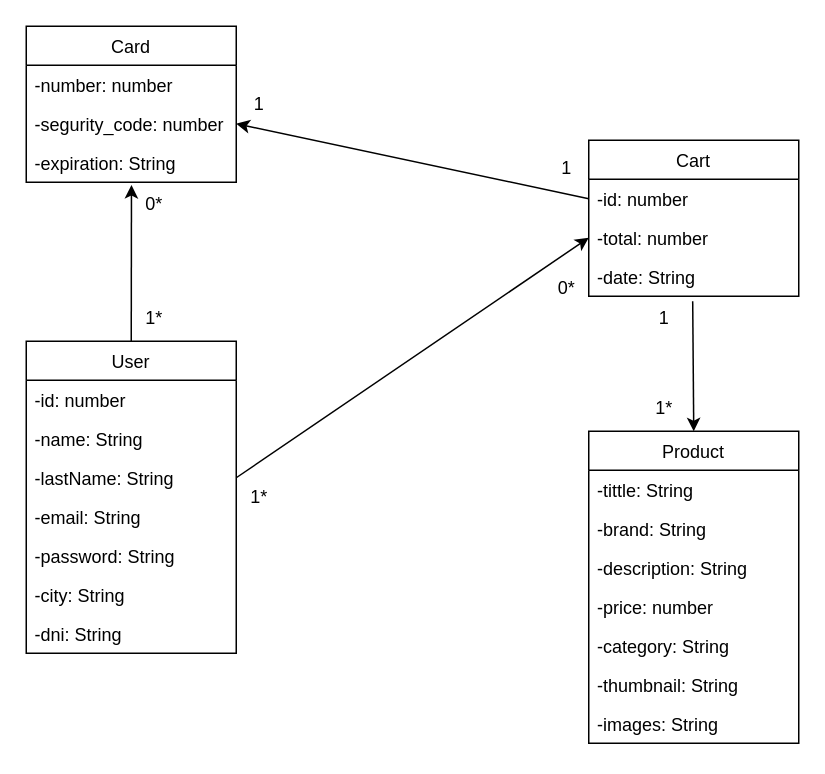
This is Modelados/ModeloConceptual.drawio from AgusLopez98/AgusLopez98.github.io, a draw.io file, before an edit. Source tidied: cells renumbered, new cells numbered last; positions are measured from the earlier drawing's top-left corner, leaving out a move shared by most shapes. Both pictures are drawn from the tidied source at 150%, with x=0, y=0 at pixel (26, 26).
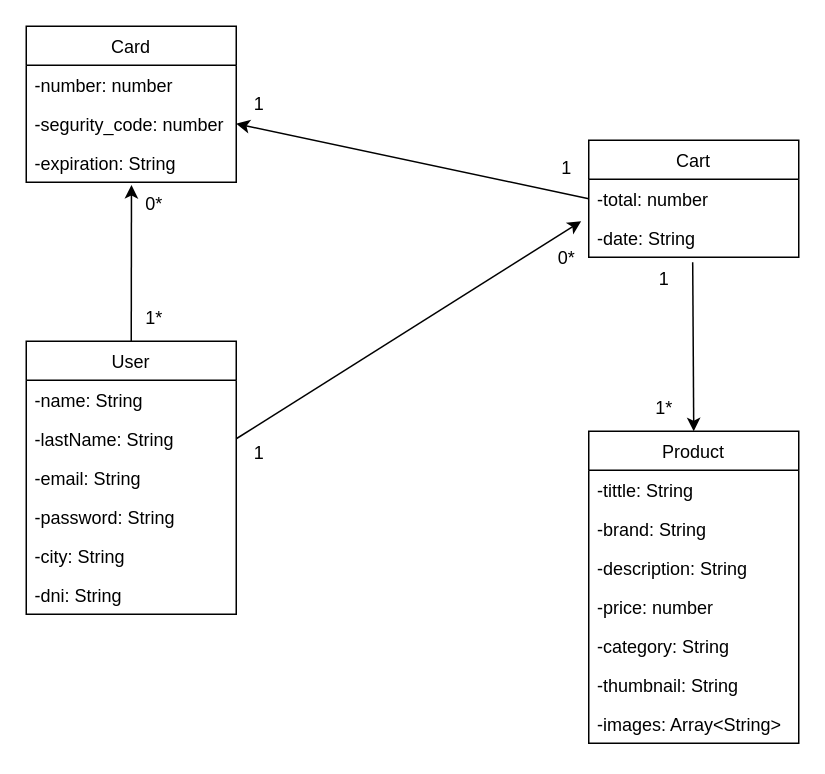
After the change.

The change refers to these unchanged cells:
```xml
<mxCell id="2" value="Product" style="swimlane;fontStyle=0;horizontal=1;startSize=26;fillColor=none;" parent="1" vertex="1">
  <mxGeometry x="375" y="270" width="140" height="208" as="geometry" />
</mxCell>
<mxCell id="12" value="-segurity_code: number" style="text;strokeColor=none;fillColor=none;align=left;verticalAlign=top;spacingLeft=4;spacingRight=4;overflow=hidden;points=[[0,0.5],[1,0.5]];portConstraint=eastwest;" parent="10" vertex="1">
  <mxGeometry y="52" width="140" height="26" as="geometry" />
</mxCell>
```

What changed in the source:
```diff
@@
-    <mxCell id="9" value="-images: String" style="text;strokeColor=none;fillColor=none;align=left;verticalAlign=top;spacingLeft=4;spacingRight=4;overflow=hidden;" parent="2" vertex="1">
+    <mxCell id="9" value="-images: Array&lt;String&gt;" style="text;strokeColor=none;fillColor=none;align=left;verticalAlign=top;spacingLeft=4;spacingRight=4;overflow=hidden;" parent="2" vertex="1">
       <mxGeometry y="182" width="140" height="26" as="geometry" />
     </mxCell>
@@
     <mxCell id="15" value="User" style="swimlane;fontStyle=0;horizontal=1;startSize=26;fillColor=none;" parent="1" vertex="1">
-      <mxGeometry y="210" width="140" height="208" as="geometry" />
+      <mxGeometry y="210" width="140" height="182" as="geometry" />
     </mxCell>
-    <mxCell id="16" value="-id: number" style="text;strokeColor=none;fillColor=none;align=left;verticalAlign=top;spacingLeft=4;spacingRight=4;overflow=hidden;" parent="15" vertex="1">
-      <mxGeometry y="26" width="140" height="26" as="geometry" />
-    </mxCell>
     <mxCell id="17" value="-name: String" style="text;strokeColor=none;fillColor=none;align=left;verticalAlign=top;spacingLeft=4;spacingRight=4;overflow=hidden;" parent="15" vertex="1">
-      <mxGeometry y="52" width="140" height="26" as="geometry" />
+      <mxGeometry y="26" width="140" height="26" as="geometry" />
     </mxCell>
     <mxCell id="18" value="-lastName: String" style="text;strokeColor=none;fillColor=none;align=left;verticalAlign=top;spacingLeft=4;spacingRight=4;overflow=hidden;points=[[0,0.5],[1,0.5]];portConstraint=eastwest;" parent="15" vertex="1">
-      <mxGeometry y="78" width="140" height="26" as="geometry" />
+      <mxGeometry y="52" width="140" height="26" as="geometry" />
     </mxCell>
     <mxCell id="19" value="-email: String" style="text;strokeColor=none;fillColor=none;align=left;verticalAlign=top;spacingLeft=4;spacingRight=4;overflow=hidden;" parent="15" vertex="1">
-      <mxGeometry y="104" width="140" height="26" as="geometry" />
+      <mxGeometry y="78" width="140" height="26" as="geometry" />
     </mxCell>
     <mxCell id="20" value="-password: String" style="text;strokeColor=none;fillColor=none;align=left;verticalAlign=top;spacingLeft=4;spacingRight=4;overflow=hidden;" parent="15" vertex="1">
-      <mxGeometry y="130" width="140" height="26" as="geometry" />
+      <mxGeometry y="104" width="140" height="26" as="geometry" />
     </mxCell>
     <mxCell id="21" value="-city: String" style="text;strokeColor=none;fillColor=none;align=left;verticalAlign=top;spacingLeft=4;spacingRight=4;overflow=hidden;" parent="15" vertex="1">
-      <mxGeometry y="156" width="140" height="26" as="geometry" />
+      <mxGeometry y="130" width="140" height="26" as="geometry" />
     </mxCell>
     <mxCell id="22" value="-dni: String" style="text;strokeColor=none;fillColor=none;align=left;verticalAlign=top;spacingLeft=4;spacingRight=4;overflow=hidden;" parent="15" vertex="1">
-      <mxGeometry y="182" width="140" height="26" as="geometry" />
+      <mxGeometry y="156" width="140" height="26" as="geometry" />
     </mxCell>
@@
-    <mxCell id="25" value="1*" style="text;html=1;align=center;verticalAlign=middle;strokeColor=none;fillColor=none;" parent="1" vertex="1">
-      <mxGeometry x="140" y="299" width="30" height="30" as="geometry" />
+    <mxCell id="25" value="1" style="text;html=1;align=center;verticalAlign=middle;strokeColor=none;fillColor=none;" parent="1" vertex="1">
+      <mxGeometry x="140" y="270" width="30" height="30" as="geometry" />
     </mxCell>
-    <mxCell id="26" style="edgeStyle=none;html=1;exitX=0;exitY=0.5;exitDx=0;exitDy=0;entryX=1;entryY=0.5;entryDx=0;entryDy=0;" parent="1" edge="1" source="28" target="12">
-      <mxGeometry relative="1" as="geometry" />
+    <mxCell id="26" style="edgeStyle=none;html=1;exitX=0;exitY=0.5;exitDx=0;exitDy=0;entryX=1;entryY=0.5;entryDx=0;entryDy=0;" parent="1" edge="1" target="12">
+      <mxGeometry relative="1" as="geometry">
+        <mxPoint x="375" y="115" as="sourcePoint" />
+      </mxGeometry>
     </mxCell>
     <mxCell id="27" value="Cart" style="swimlane;fontStyle=0;horizontal=1;startSize=26;fillColor=none;" parent="1" vertex="1">
-      <mxGeometry x="375" y="76" width="140" height="104" as="geometry" />
+      <mxGeometry x="375" y="76" width="140" height="78" as="geometry" />
     </mxCell>
-    <mxCell id="28" value="-id: number" style="text;strokeColor=none;fillColor=none;align=left;verticalAlign=top;spacingLeft=4;spacingRight=4;overflow=hidden;points=[[0,0.5],[1,0.5]];portConstraint=eastwest;" parent="27" vertex="1">
-      <mxGeometry y="26" width="140" height="26" as="geometry" />
-    </mxCell>
     <mxCell id="29" value="-total: number" style="text;strokeColor=none;fillColor=none;align=left;verticalAlign=top;spacingLeft=4;spacingRight=4;overflow=hidden;points=[[0,0.5],[1,0.5]];portConstraint=eastwest;" parent="27" vertex="1">
-      <mxGeometry y="52" width="140" height="26" as="geometry" />
+      <mxGeometry y="26" width="140" height="26" as="geometry" />
     </mxCell>
     <mxCell id="30" value="-date: String" style="text;strokeColor=none;fillColor=none;align=left;verticalAlign=top;spacingLeft=4;spacingRight=4;overflow=hidden;points=[[0,0.5],[1,0.5]];portConstraint=eastwest;" parent="27" vertex="1">
-      <mxGeometry y="78" width="140" height="26" as="geometry" />
+      <mxGeometry y="52" width="140" height="26" as="geometry" />
     </mxCell>
-    <mxCell id="31" style="edgeStyle=none;html=1;exitX=1;exitY=0.5;exitDx=0;exitDy=0;entryX=0;entryY=0.5;entryDx=0;entryDy=0;" parent="1" edge="1" source="18" target="29">
+    <mxCell id="31" style="edgeStyle=none;html=1;exitX=1;exitY=0.5;exitDx=0;exitDy=0;entryX=-0.036;entryY=0.077;entryDx=0;entryDy=0;entryPerimeter=0;" parent="1" edge="1" source="18" target="30">
       <mxGeometry relative="1" as="geometry" />
     </mxCell>
     <mxCell id="32" value="0*" style="text;html=1;align=center;verticalAlign=middle;strokeColor=none;fillColor=none;" parent="1" vertex="1">
-      <mxGeometry x="345" y="160" width="30" height="30" as="geometry" />
+      <mxGeometry x="345" y="140" width="30" height="30" as="geometry" />
     </mxCell>
     <mxCell id="33" value="1" style="text;html=1;align=center;verticalAlign=middle;strokeColor=none;fillColor=none;" parent="1" vertex="1">
-      <mxGeometry x="410" y="180" width="30" height="30" as="geometry" />
+      <mxGeometry x="410" y="154" width="30" height="30" as="geometry" />
     </mxCell>
```
